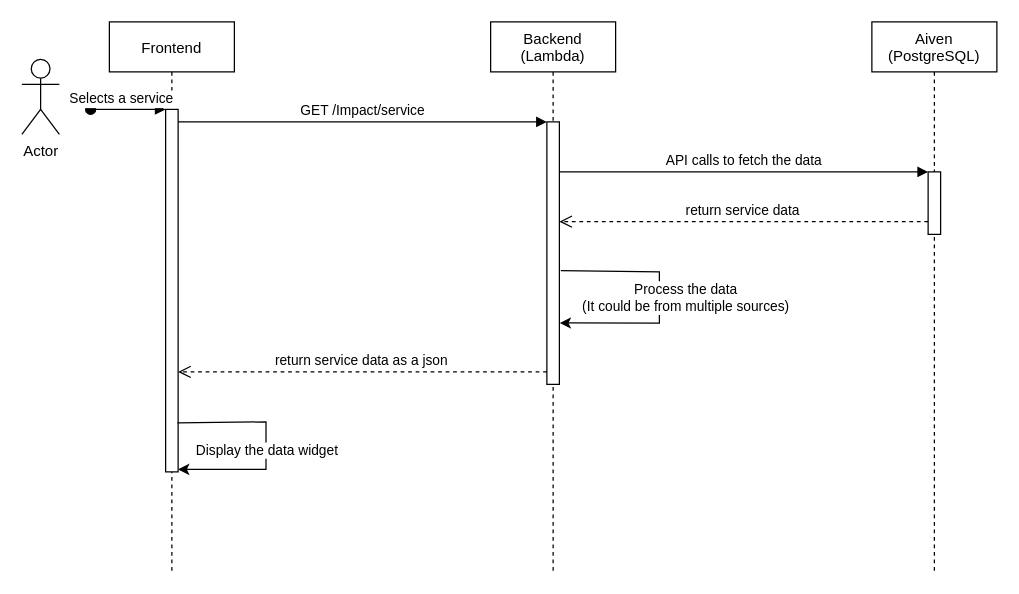
Otsopo/cleaner_data keeps this draw.io diagram as page "Page-1" (1 of 2) of documentation/cleaner_data_sequence.drawio. Above is the earlier version. Source tidied: cells renumbered, new cells numbered last; positions are measured from the earlier drawing's top-left corner, leaving out a move shared by most shapes. Both pictures are drawn from the tidied source at 125%, with x=0, y=0 at pixel (21, 21).
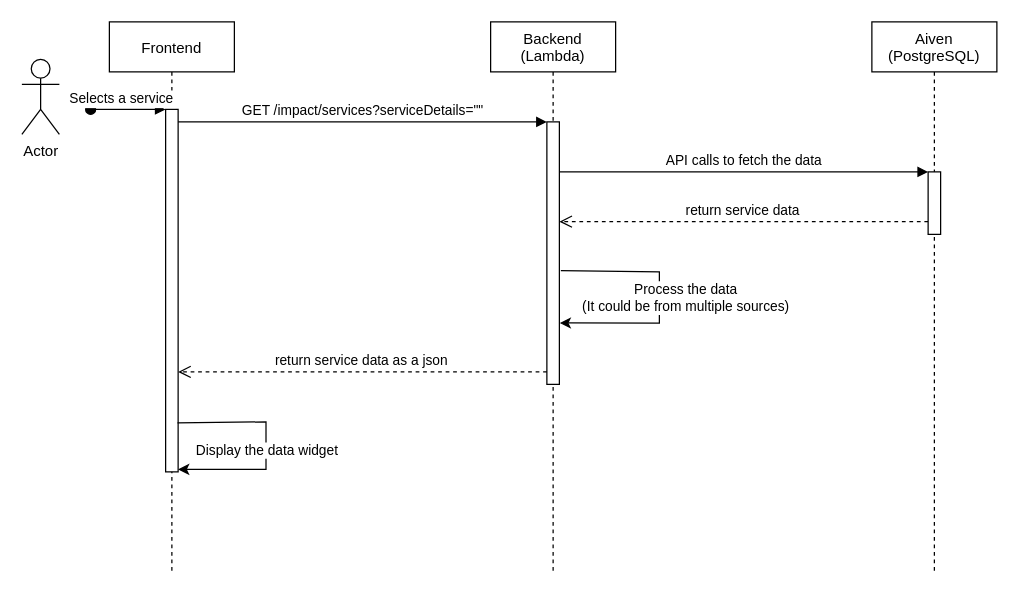
The same page after the edit.

Unchanged cells that the change refers to:
```xml
<mxCell id="3" style="points=[];perimeter=orthogonalPerimeter;rounded=0;shadow=0;strokeWidth=1;" parent="2" vertex="1">
  <mxGeometry x="45" y="70" width="10" height="290" as="geometry" />
</mxCell>
<mxCell id="8" style="points=[];perimeter=orthogonalPerimeter;rounded=0;shadow=0;strokeWidth=1;" parent="1" vertex="1">
  <mxGeometry x="420" y="80" width="10" height="210" as="geometry" />
</mxCell>
```

Change to the diagram source:
```diff
@@
-    <mxCell id="6" value="GET /Impact/service" style="verticalAlign=bottom;endArrow=block;entryX=0;entryY=0;shadow=0;strokeWidth=1;" parent="1" edge="1" source="3" target="8">
+    <mxCell id="6" value="GET /impact/services?serviceDetails=&quot;&quot;" style="verticalAlign=bottom;endArrow=block;entryX=0;entryY=0;shadow=0;strokeWidth=1;" parent="1" edge="1" source="3" target="8">
       <mxGeometry relative="1" as="geometry" />
     </mxCell>
```
